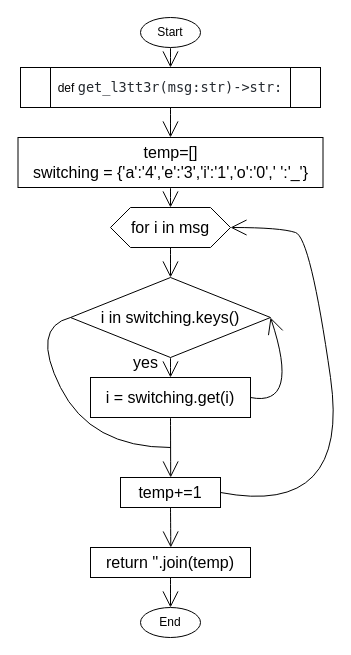
Before: page "q19" (3 of 6) of Quizzes/quizzes.drawio in zelanISAK/unit-2, a draw.io diagram. Source tidied: cells renumbered, new cells numbered last; positions are measured from the earlier drawing's top-left corner, leaving out a move shared by most shapes. Both pictures are drawn from the tidied source at 100%, with x=0, y=0 at pixel (18, 17).
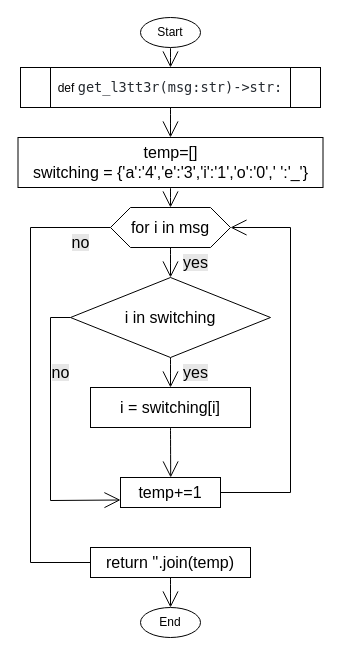
After the change.

Unchanged cells that the change refers to:
```xml
<mxCell id="10" value="for i in msg" style="shape=hexagon;perimeter=hexagonPerimeter2;whiteSpace=wrap;html=1;fixedSize=1;fontSize=16;" parent="1" vertex="1">
  <mxGeometry x="92" y="190" width="120" height="40" as="geometry" />
</mxCell>
<mxCell id="20" value="temp+=1" style="rounded=0;whiteSpace=wrap;html=1;fontSize=16;" parent="1" vertex="1">
  <mxGeometry x="102" y="460" width="100" height="30" as="geometry" />
</mxCell>
<mxCell id="22" value="return ''.join(temp)" style="rounded=0;whiteSpace=wrap;html=1;fontSize=16;" parent="1" vertex="1">
  <mxGeometry x="72" y="530" width="160" height="30" as="geometry" />
</mxCell>
```

Change to the diagram source:
```diff
@@
+    <mxCell id="23" style="edgeStyle=none;rounded=0;jettySize=auto;html=1;exitX=0;exitY=0.5;exitDx=0;exitDy=0;entryX=0;entryY=0.5;entryDx=0;entryDy=0;strokeColor=#000000;fontSize=12;endArrow=none;endFill=0;startSize=14;endSize=14;sourcePerimeterSpacing=8;targetPerimeterSpacing=8;" parent="1" edge="1" source="10" target="22">
+      <mxGeometry relative="1" as="geometry">
+        <Array as="points">
+          <mxPoint x="12" y="210" />
+          <mxPoint x="12" y="545" />
+        </Array>
+      </mxGeometry>
+    </mxCell>
@@
+    <mxCell id="24" style="edgeStyle=none;rounded=0;jettySize=auto;html=1;exitX=0;exitY=0.5;exitDx=0;exitDy=0;entryX=0;entryY=0.75;entryDx=0;entryDy=0;strokeColor=#000000;fontSize=12;endArrow=open;endFill=0;startSize=14;endSize=14;sourcePerimeterSpacing=8;targetPerimeterSpacing=8;" parent="1" edge="1" source="12" target="20">
+      <mxGeometry relative="1" as="geometry">
+        <Array as="points">
+          <mxPoint x="32" y="300" />
+          <mxPoint x="32" y="483" />
+        </Array>
+      </mxGeometry>
+    </mxCell>
-    <mxCell id="12" value="i in switching.keys()" style="rhombus;whiteSpace=wrap;html=1;fontSize=16;" parent="1" vertex="1">
+    <mxCell id="12" value="i in switching" style="rhombus;whiteSpace=wrap;html=1;fontSize=16;" parent="1" vertex="1">
       <mxGeometry x="52" y="260" width="200" height="80" as="geometry" />
     </mxCell>
-    <mxCell id="13" style="edgeStyle=none;curved=1;rounded=0;jettySize=auto;html=1;exitX=1;exitY=0.5;exitDx=0;exitDy=0;entryX=1;entryY=0.5;entryDx=0;entryDy=0;fontSize=12;endArrow=open;startSize=14;endSize=14;sourcePerimeterSpacing=8;targetPerimeterSpacing=8;" parent="1" edge="1" source="15" target="12">
-      <mxGeometry relative="1" as="geometry">
-        <Array as="points">
-          <mxPoint x="282" y="390" />
-        </Array>
-      </mxGeometry>
-    </mxCell>
@@
-    <mxCell id="15" value="i = switching.get(i)" style="rounded=0;whiteSpace=wrap;html=1;fontSize=16;" parent="1" vertex="1">
-      <mxGeometry x="72" y="360" width="160" height="40" as="geometry" />
+    <mxCell id="15" value="i = switching[i]" style="rounded=0;whiteSpace=wrap;html=1;fontSize=16;" parent="1" vertex="1">
+      <mxGeometry x="72" y="370" width="160" height="40" as="geometry" />
     </mxCell>
-    <mxCell id="16" value="yes" style="text;html=1;align=center;verticalAlign=middle;strokeColor=none;fillColor=none;fontSize=16;" parent="1" vertex="1">
-      <mxGeometry x="102" y="330" width="50" height="30" as="geometry" />
-    </mxCell>
-    <mxCell id="17" style="endArrow=none;html=1;rounded=0;fontSize=12;startSize=14;endSize=14;sourcePerimeterSpacing=8;targetPerimeterSpacing=8;curved=1;entryX=0;entryY=0.5;entryDx=0;entryDy=0;" parent="1" edge="1" target="12">
-      <mxGeometry relative="1" as="geometry">
-        <mxPoint x="152" y="430" as="sourcePoint" />
-        <Array as="points">
-          <mxPoint x="72" y="430" />
-          <mxPoint x="12" y="310" />
-        </Array>
-      </mxGeometry>
-    </mxCell>
-    <mxCell id="18" style="edgeStyle=none;curved=1;rounded=0;jettySize=auto;html=1;exitX=1;exitY=0.5;exitDx=0;exitDy=0;entryX=1;entryY=0.5;entryDx=0;entryDy=0;fontSize=12;endArrow=open;startSize=14;endSize=14;sourcePerimeterSpacing=8;targetPerimeterSpacing=8;" parent="1" edge="1" source="20" target="10">
+    <mxCell id="18" style="edgeStyle=none;rounded=0;jettySize=auto;html=1;exitX=1;exitY=0.5;exitDx=0;exitDy=0;entryX=1;entryY=0.5;entryDx=0;entryDy=0;strokeColor=#000000;fontSize=12;endArrow=open;endFill=0;startSize=14;endSize=14;sourcePerimeterSpacing=8;targetPerimeterSpacing=8;" parent="1" edge="1" source="20" target="10">
       <mxGeometry relative="1" as="geometry">
         <Array as="points">
-          <mxPoint x="332" y="500" />
-          <mxPoint x="292" y="220" />
-          <mxPoint x="262" y="210" />
+          <mxPoint x="272" y="475" />
+          <mxPoint x="272" y="210" />
         </Array>
       </mxGeometry>
     </mxCell>
-    <mxCell id="19" style="edgeStyle=none;curved=1;rounded=0;jettySize=auto;html=1;exitX=0.5;exitY=1;exitDx=0;exitDy=0;fontSize=12;endArrow=open;startSize=14;endSize=14;sourcePerimeterSpacing=8;targetPerimeterSpacing=8;" parent="1" edge="1" source="20">
-      <mxGeometry relative="1" as="geometry">
-        <mxPoint x="152.3" y="530" as="targetPoint" />
-      </mxGeometry>
-    </mxCell>
@@
+    <mxCell id="25" value="&lt;span style=&quot;background-color: rgb(230, 230, 230);&quot;&gt;yes&lt;/span&gt;" style="text;html=1;align=center;verticalAlign=middle;strokeColor=none;fillColor=none;fontSize=16;" parent="1" vertex="1">
+      <mxGeometry x="152" y="230" width="50" height="30" as="geometry" />
+    </mxCell>
+    <mxCell id="26" value="&lt;span style=&quot;background-color: rgb(230, 230, 230);&quot;&gt;no&lt;/span&gt;" style="text;html=1;align=center;verticalAlign=middle;strokeColor=none;fillColor=none;fontSize=16;" parent="1" vertex="1">
+      <mxGeometry x="22" y="340" width="40" height="30" as="geometry" />
+    </mxCell>
+    <mxCell id="27" value="&lt;span style=&quot;background-color: rgb(230, 230, 230);&quot;&gt;yes&lt;/span&gt;" style="text;html=1;align=center;verticalAlign=middle;strokeColor=none;fillColor=none;fontSize=16;" parent="1" vertex="1">
+      <mxGeometry x="152" y="340" width="50" height="30" as="geometry" />
+    </mxCell>
+    <mxCell id="28" value="&lt;span style=&quot;background-color: rgb(230, 230, 230);&quot;&gt;no&lt;/span&gt;" style="text;html=1;align=center;verticalAlign=middle;strokeColor=none;fillColor=none;fontSize=16;" parent="1" vertex="1">
+      <mxGeometry x="42" y="210" width="40" height="30" as="geometry" />
+    </mxCell>
```
